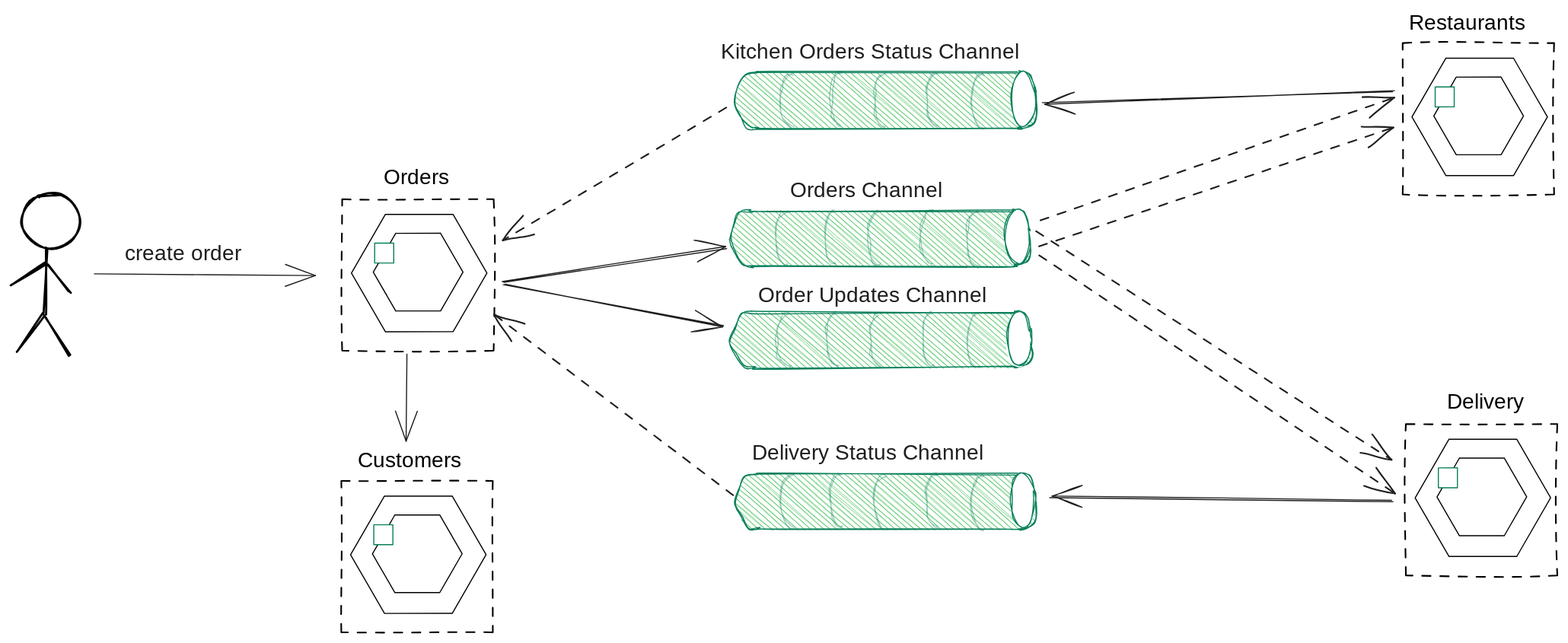
Before: models/diagrams/CreateOrderChannels.excalidraw.svg, a diagram exported from Excalidraw (EDALearn/EDA-Playground-Online-Food-Delivery). Source tidied: one line per element, renumbered; positions are measured from the earlier drawing's top-left corner, leaving out a move shared by most shapes.
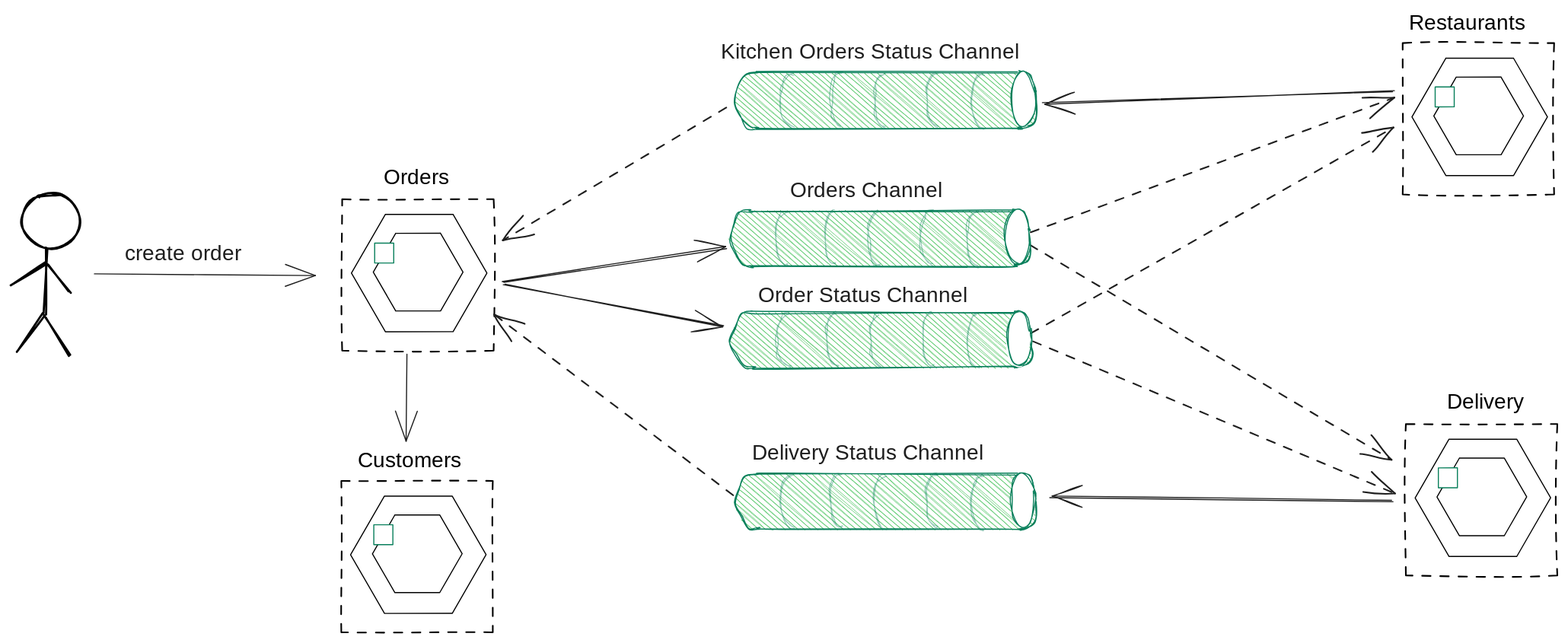
The same diagram one commit later.

The edit, as a diff of the source:
```diff
@@ -21,13 +21,13 @@
 {"id": 20, "type": "arrow", "strokeColor": "#1e1e1e", "strokeWidth": 1, "roughness": 1, "endArrowhead": "arrow", "round": true, "from": 0, "x": 462, "y": 311, "width": 209, "height": 31, "points": [[0, 0], [209, -31]]}
 {"id": 21, "type": "arrow", "strokeColor": "#1e1e1e", "strokeWidth": 1, "roughness": 1, "endArrowhead": "arrow", "round": true, "from": 0, "x": 463, "y": 313, "width": 205, "height": 40, "points": [[0, 0], [205, 40]]}
 {"id": 22, "type": "text", "text": "Orders Channel", "strokeColor": "#1e1e1e", "strokeWidth": 1, "roughness": 1, "fontSize": 20, "fontFamily": 1, "x": 731, "y": 214, "width": 146, "height": 25}
-{"id": 23, "type": "text", "text": "Order Updates Channel", "strokeColor": "#1e1e1e", "strokeWidth": 1, "roughness": 1, "fontSize": 20, "fontFamily": 1, "x": 701, "y": 312, "width": 227, "height": 25}
+{"id": 23, "type": "text", "text": "Order Status Channel", "strokeColor": "#1e1e1e", "strokeWidth": 1, "roughness": 1, "fontSize": 20, "fontFamily": 1, "x": 701, "y": 312, "width": 215, "height": 25}
 {"id": 24, "type": "text", "text": "Kitchen Orders Status Channel", "strokeColor": "#1e1e1e", "strokeWidth": 1, "roughness": 1, "fontSize": 20, "fontFamily": 1, "x": 666, "y": 84, "width": 304, "height": 25}
 {"id": 25, "type": "text", "text": "Delivery Status Channel", "strokeColor": "#1e1e1e", "strokeWidth": 1, "roughness": 1, "fontSize": 20, "fontFamily": 1, "x": 695, "y": 461, "width": 237, "height": 25}
-{"id": 26, "type": "arrow", "strokeColor": "#1e1e1e", "strokeWidth": 1, "strokeStyle": "dashed", "roughness": 1, "endArrowhead": "arrow", "round": true, "from": 53, "to": 5, "x": 965, "y": 254, "width": 333, "height": 114, "points": [[0, 0], [333, -114]]}
+{"id": 26, "type": "arrow", "strokeColor": "#1e1e1e", "strokeWidth": 1, "strokeStyle": "dashed", "roughness": 1, "endArrowhead": "arrow", "round": true, "from": 53, "to": 5, "x": 956, "y": 265, "width": 342, "height": 125, "points": [[0, 0], [342, -125]]}
-{"id": 27, "type": "arrow", "strokeColor": "#1e1e1e", "strokeWidth": 1, "strokeStyle": "dashed", "roughness": 1, "endArrowhead": "arrow", "round": true, "from": 53, "to": 5, "x": 966, "y": 277, "width": 331, "height": 110, "points": [[0, 0], [331, -110]]}
+{"id": 27, "type": "arrow", "strokeColor": "#1e1e1e", "strokeWidth": 1, "strokeStyle": "dashed", "roughness": 1, "endArrowhead": "arrow", "round": true, "from": 60, "to": 5, "x": 958, "y": 359, "width": 339, "height": 192, "points": [[0, 0], [339, -192]]}
-{"id": 28, "type": "arrow", "strokeColor": "#1e1e1e", "strokeWidth": 1, "strokeStyle": "dashed", "roughness": 1, "endArrowhead": "arrow", "round": true, "from": 53, "to": 10, "x": 963, "y": 264, "width": 334, "height": 215, "points": [[0, 0], [334, 215]]}
+{"id": 28, "type": "arrow", "strokeColor": "#1e1e1e", "strokeWidth": 1, "strokeStyle": "dashed", "roughness": 1, "endArrowhead": "arrow", "round": true, "from": 53, "to": 10, "x": 957, "y": 277, "width": 339, "height": 202, "points": [[0, 0], [339, 202]]}
-{"id": 29, "type": "arrow", "strokeColor": "#1e1e1e", "strokeWidth": 1, "strokeStyle": "dashed", "roughness": 1, "endArrowhead": "arrow", "round": true, "from": 53, "to": 10, "x": 965, "y": 287, "width": 333, "height": 223, "points": [[0, 0], [333, 223]]}
+{"id": 29, "type": "arrow", "strokeColor": "#1e1e1e", "strokeWidth": 1, "strokeStyle": "dashed", "roughness": 1, "endArrowhead": "arrow", "round": true, "from": 60, "to": 10, "x": 959, "y": 367, "width": 339, "height": 142, "points": [[0, 0], [339, 142]]}
 {"id": 30, "type": "arrow", "strokeColor": "#1e1e1e", "strokeWidth": 1, "roughness": 1, "endArrowhead": "arrow", "round": true, "from": 10, "to": 67, "x": 1297, "y": 518, "width": 321, "height": 5, "points": [[0, 0], [-321, -5]]}
 {"id": 31, "type": "arrow", "strokeColor": "#1e1e1e", "strokeWidth": 1, "roughness": 1, "endArrowhead": "arrow", "round": true, "from": 5, "to": 43, "x": 1297, "y": 133, "width": 329, "height": 10, "points": [[0, 0], [-329, 10]]}
 {"id": 32, "type": "ellipse", "strokeColor": "#000000", "strokeWidth": 2, "roughness": 1, "x": 9, "y": 229, "width": 56, "height": 51}
```
